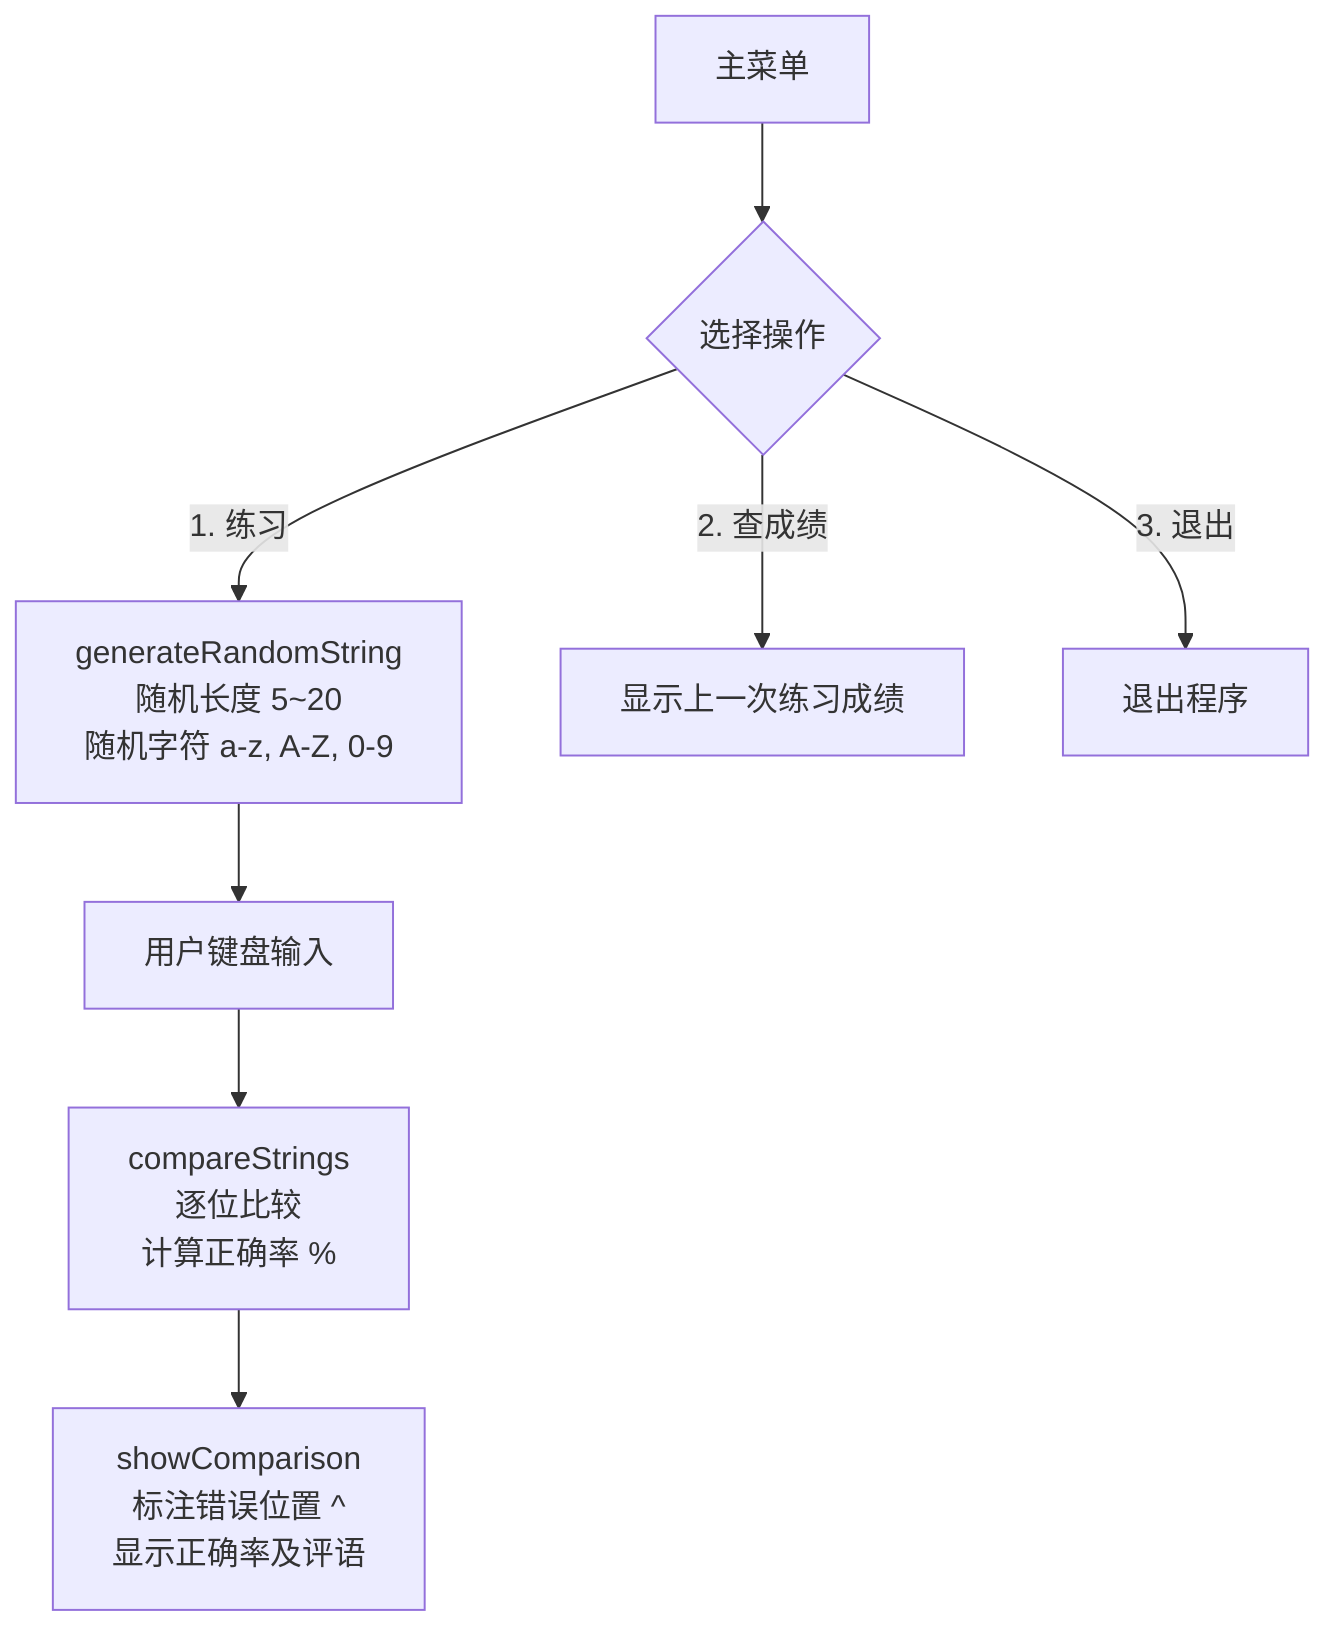
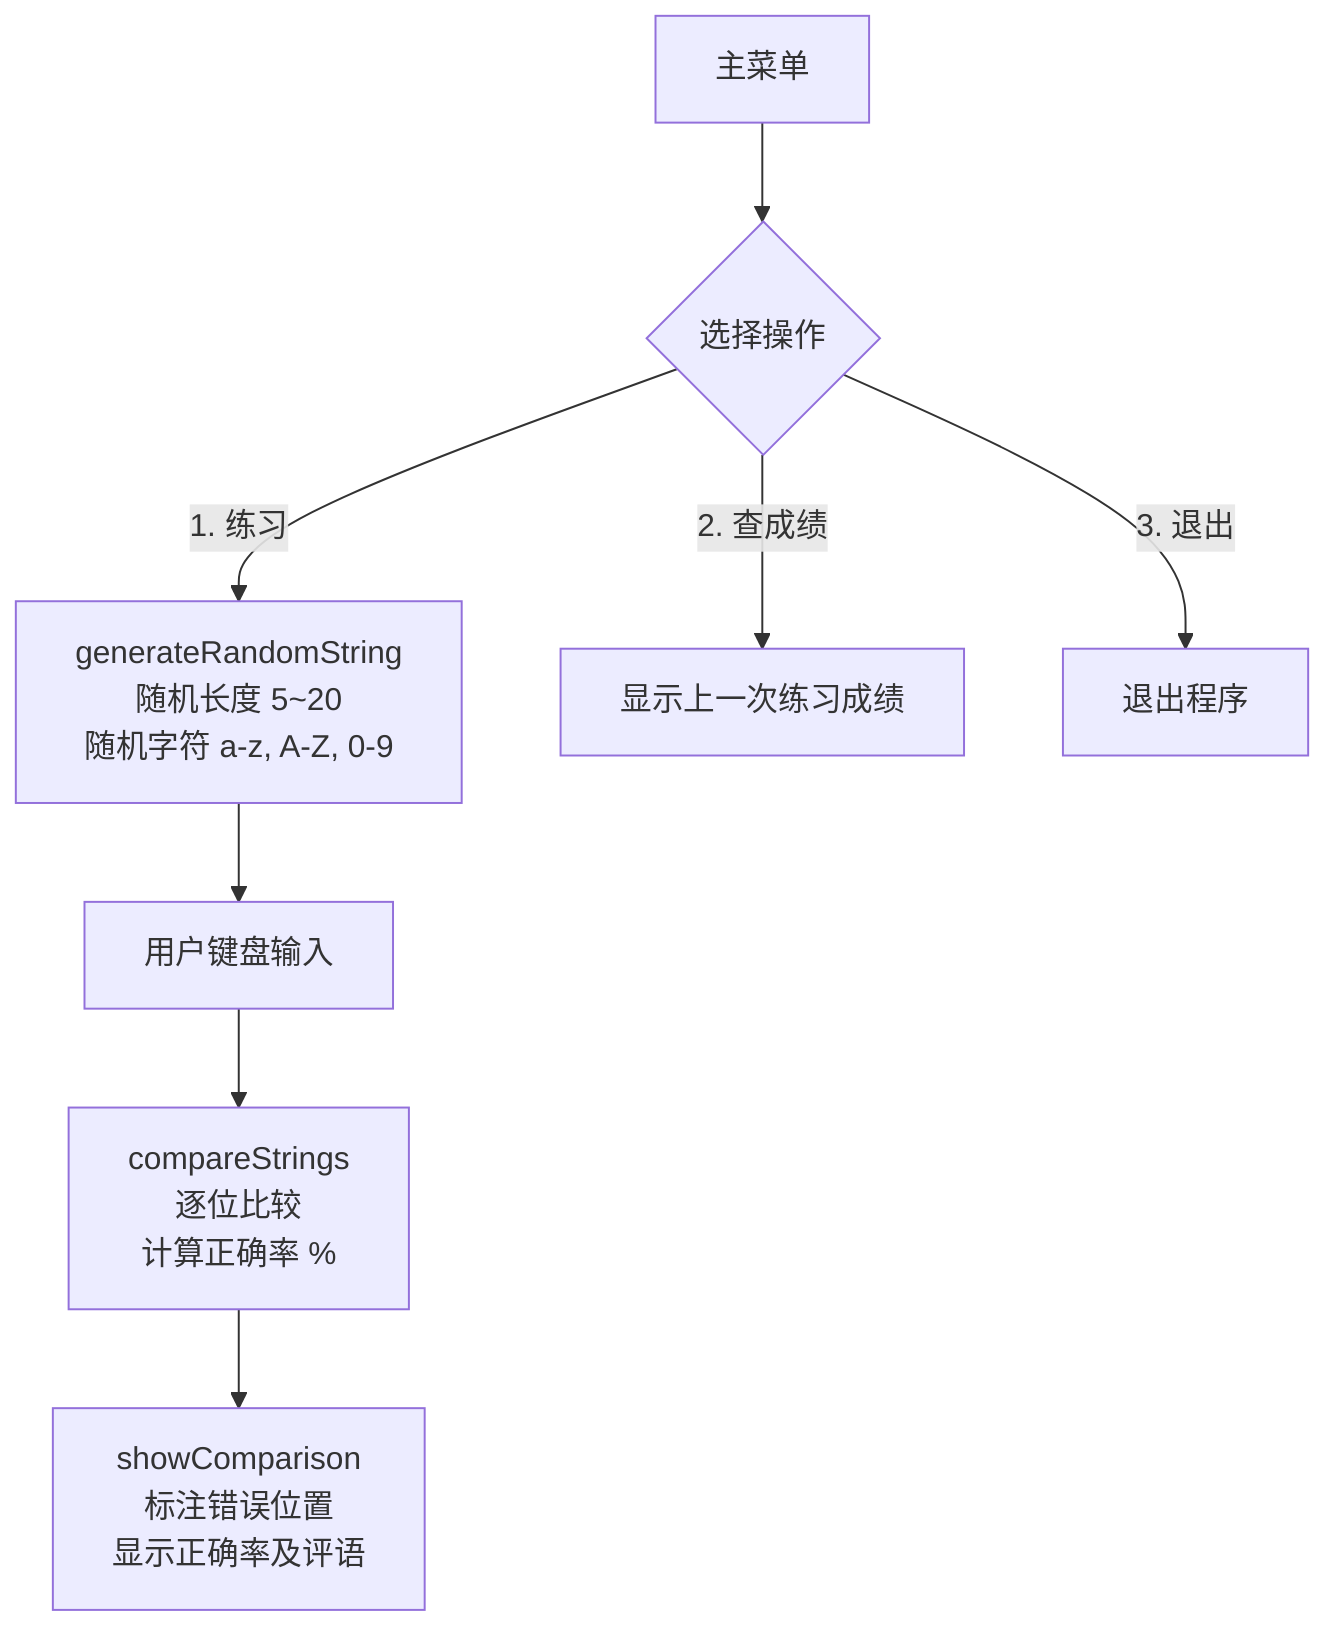
flowchart TD
    A[主菜单] --> B{选择操作}
    B -->|"1. 练习"| C[generateRandomString<br/>随机长度 5~20<br/>随机字符 a-z, A-Z, 0-9]
    B -->|"2. 查成绩"| G[显示上一次练习成绩]
    B -->|"3. 退出"| H[退出程序]
    C --> D[用户键盘输入]
    D --> E[compareStrings<br/>逐位比较<br/>计算正确率 %]
-     E --> F[showComparison<br/>标注错误位置 ^ <br/>显示正确率及评语]
+     E --> F[showComparison<br/>标注错误位置 <br/>显示正确率及评语]
